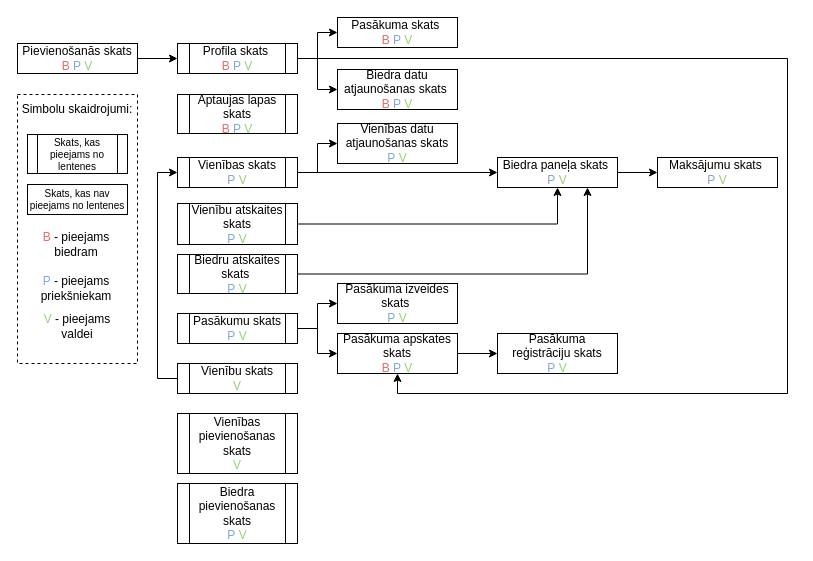
Before: page "Page-11" (11 of 11) of Documentation/DiagramData/LSGCO_IS_DIAGRAMS.drawio in JekabsVanags/LSGCO_IS, a draw.io diagram. Source tidied: cells renumbered, new cells numbered last; positions are measured from the earlier drawing's top-left corner, leaving out a move shared by most shapes. Both pictures are drawn from the tidied source at 100%, with x=0, y=0 at pixel (17, 17).
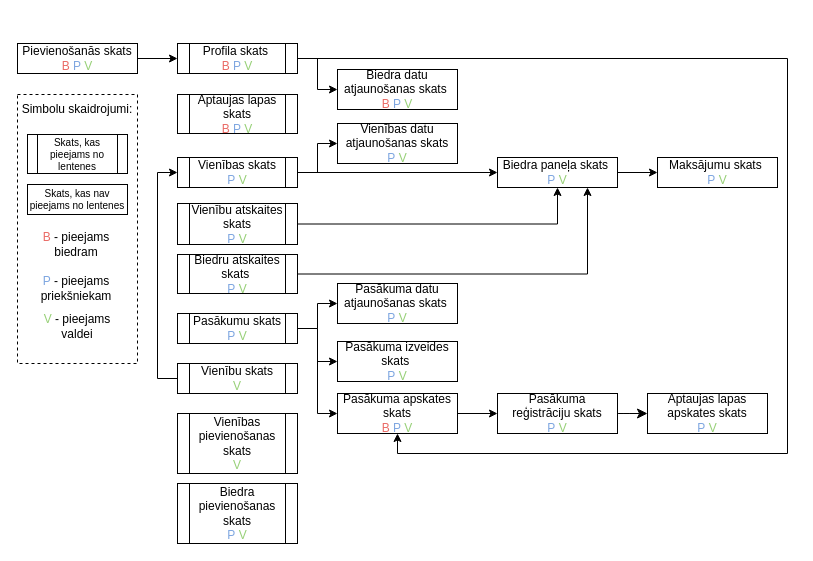
The same diagram, later.

The change refers to these unchanged cells:
```xml
<mxCell id="7" value="Profila skats&amp;nbsp;&lt;br&gt;&lt;font style=&quot;border-color: var(--border-color);&quot; color=&quot;#ea6b66&quot;&gt;B&lt;/font&gt;&amp;nbsp;&lt;font style=&quot;border-color: var(--border-color);&quot; color=&quot;#7ea6e0&quot;&gt;P&amp;nbsp;&lt;/font&gt;&lt;font style=&quot;border-color: var(--border-color);&quot; color=&quot;#97d077&quot;&gt;V&lt;/font&gt;" style="shape=process;whiteSpace=wrap;html=1;backgroundOutline=1;gradientDirection=north;shadow=0;glass=0;" parent="1" vertex="1">
  <mxGeometry x="160" y="26" width="120" height="30" as="geometry" />
</mxCell>
```

The edit, as a diff of the source:
```diff
@@
-    <mxCell id="4" style="edgeStyle=orthogonalEdgeStyle;rounded=0;jettySize=auto;html=1;exitX=1;exitY=0.5;exitDx=0;exitDy=0;entryX=0;entryY=0.5;entryDx=0;entryDy=0;" parent="1" edge="1" source="7" target="27">
-      <mxGeometry relative="1" as="geometry" />
-    </mxCell>
@@
     <mxCell id="6" style="edgeStyle=orthogonalEdgeStyle;rounded=0;jettySize=auto;html=1;exitX=1;exitY=0.5;exitDx=0;exitDy=0;entryX=0.5;entryY=1;entryDx=0;entryDy=0;" parent="1" edge="1" source="7" target="34">
       <mxGeometry relative="1" as="geometry">
         <Array as="points">
           <mxPoint x="770" y="41" />
-          <mxPoint x="770" y="376" />
-          <mxPoint x="380" y="376" />
+          <mxPoint x="770" y="436" />
+          <mxPoint x="380" y="436" />
         </Array>
       </mxGeometry>
     </mxCell>
@@
-    <mxCell id="27" value="Pasākuma skats&amp;nbsp;&lt;br&gt;&lt;span id=&quot;docs-internal-guid-1fead270-7fff-1928-8d13-1eaac9e8ea73&quot;&gt;&lt;/span&gt;&lt;font style=&quot;border-color: var(--border-color);&quot; color=&quot;#ea6b66&quot;&gt;B&lt;/font&gt;&amp;nbsp;&lt;font style=&quot;border-color: var(--border-color);&quot; color=&quot;#7ea6e0&quot;&gt;P&amp;nbsp;&lt;/font&gt;&lt;font style=&quot;border-color: var(--border-color);&quot; color=&quot;#97d077&quot;&gt;V&lt;/font&gt;" style="rounded=0;whiteSpace=wrap;html=1;" parent="1" vertex="1">
-      <mxGeometry x="320" width="120" height="30" as="geometry" />
-    </mxCell>
@@
-    <mxCell id="32" value="Pasākuma izveides skats&lt;span id=&quot;docs-internal-guid-1fead270-7fff-1928-8d13-1eaac9e8ea73&quot;&gt;&lt;/span&gt;&lt;font style=&quot;border-color: var(--border-color);&quot; color=&quot;#ea6b66&quot;&gt;&amp;nbsp;&lt;br&gt;&lt;/font&gt;&lt;font style=&quot;border-color: var(--border-color);&quot; color=&quot;#7ea6e0&quot;&gt;P&amp;nbsp;&lt;/font&gt;&lt;font style=&quot;border-color: var(--border-color);&quot; color=&quot;#97d077&quot;&gt;V&lt;/font&gt;" style="rounded=0;whiteSpace=wrap;html=1;" parent="1" vertex="1">
+    <mxCell id="32" value="Pasākuma datu atjaunošanas skats&lt;span id=&quot;docs-internal-guid-1fead270-7fff-1928-8d13-1eaac9e8ea73&quot;&gt;&lt;/span&gt;&lt;font style=&quot;border-color: var(--border-color);&quot; color=&quot;#ea6b66&quot;&gt;&amp;nbsp;&lt;br&gt;&lt;/font&gt;&lt;font style=&quot;border-color: var(--border-color);&quot; color=&quot;#7ea6e0&quot;&gt;P&amp;nbsp;&lt;/font&gt;&lt;font style=&quot;border-color: var(--border-color);&quot; color=&quot;#97d077&quot;&gt;V&lt;/font&gt;" style="rounded=0;whiteSpace=wrap;html=1;" parent="1" vertex="1">
       <mxGeometry x="320" y="266" width="120" height="40" as="geometry" />
     </mxCell>
@@
     <mxCell id="34" value="Pasākuma apskates skats&lt;br&gt;&lt;font style=&quot;border-color: var(--border-color);&quot; color=&quot;#ea6b66&quot;&gt;B&lt;/font&gt;&amp;nbsp;&lt;font style=&quot;border-color: var(--border-color);&quot; color=&quot;#7ea6e0&quot;&gt;P&amp;nbsp;&lt;/font&gt;&lt;font style=&quot;border-color: var(--border-color);&quot; color=&quot;#97d077&quot;&gt;V&lt;/font&gt;&lt;br&gt;&lt;span id=&quot;docs-internal-guid-1fead270-7fff-1928-8d13-1eaac9e8ea73&quot;&gt;&lt;/span&gt;" style="rounded=0;whiteSpace=wrap;html=1;" parent="1" vertex="1">
-      <mxGeometry x="320" y="316" width="120" height="40" as="geometry" />
+      <mxGeometry x="320" y="376" width="120" height="40" as="geometry" />
     </mxCell>
+    <mxCell id="40" style="edgeStyle=none;curved=1;rounded=0;jettySize=auto;html=1;exitX=1;exitY=0.5;exitDx=0;exitDy=0;entryX=0;entryY=0.5;entryDx=0;entryDy=0;fontSize=12;startSize=8;endSize=8;" parent="1" edge="1" source="35" target="43">
+      <mxGeometry relative="1" as="geometry" />
+    </mxCell>
     <mxCell id="35" value="Pasākuma reģistrāciju skats&lt;br&gt;&lt;font style=&quot;border-color: var(--border-color);&quot; color=&quot;#7ea6e0&quot;&gt;P&amp;nbsp;&lt;/font&gt;&lt;font style=&quot;border-color: var(--border-color);&quot; color=&quot;#97d077&quot;&gt;V&lt;/font&gt;&lt;br&gt;&lt;span id=&quot;docs-internal-guid-1fead270-7fff-1928-8d13-1eaac9e8ea73&quot;&gt;&lt;/span&gt;" style="rounded=0;whiteSpace=wrap;html=1;" parent="1" vertex="1">
-      <mxGeometry x="480" y="316" width="120" height="40" as="geometry" />
+      <mxGeometry x="480" y="376" width="120" height="40" as="geometry" />
     </mxCell>
@@
+    <mxCell id="41" value="Pasākuma izveides skats&lt;span id=&quot;docs-internal-guid-1fead270-7fff-1928-8d13-1eaac9e8ea73&quot;&gt;&lt;/span&gt;&lt;font style=&quot;border-color: var(--border-color);&quot; color=&quot;#ea6b66&quot;&gt;&amp;nbsp;&lt;br&gt;&lt;/font&gt;&lt;font style=&quot;border-color: var(--border-color);&quot; color=&quot;#7ea6e0&quot;&gt;P&amp;nbsp;&lt;/font&gt;&lt;font style=&quot;border-color: var(--border-color);&quot; color=&quot;#97d077&quot;&gt;V&lt;/font&gt;" style="rounded=0;whiteSpace=wrap;html=1;" parent="1" vertex="1">
+      <mxGeometry x="320" y="324" width="120" height="40" as="geometry" />
+    </mxCell>
+    <mxCell id="42" style="edgeStyle=orthogonalEdgeStyle;rounded=0;jettySize=auto;html=1;entryX=0;entryY=0.5;entryDx=0;entryDy=0;" parent="1" edge="1" target="41">
+      <mxGeometry relative="1" as="geometry">
+        <mxPoint x="300" y="321" as="sourcePoint" />
+        <Array as="points">
+          <mxPoint x="300" y="321" />
+          <mxPoint x="300" y="344" />
+        </Array>
+      </mxGeometry>
+    </mxCell>
+    <mxCell id="43" value="Aptaujas lapas apskates skats&lt;br&gt;&lt;font style=&quot;border-color: var(--border-color);&quot; color=&quot;#7ea6e0&quot;&gt;P&amp;nbsp;&lt;/font&gt;&lt;font style=&quot;border-color: var(--border-color);&quot; color=&quot;#97d077&quot;&gt;V&lt;/font&gt;&lt;br&gt;&lt;span id=&quot;docs-internal-guid-1fead270-7fff-1928-8d13-1eaac9e8ea73&quot;&gt;&lt;/span&gt;" style="rounded=0;whiteSpace=wrap;html=1;" parent="1" vertex="1">
+      <mxGeometry x="630" y="376" width="120" height="40" as="geometry" />
+    </mxCell>
```
